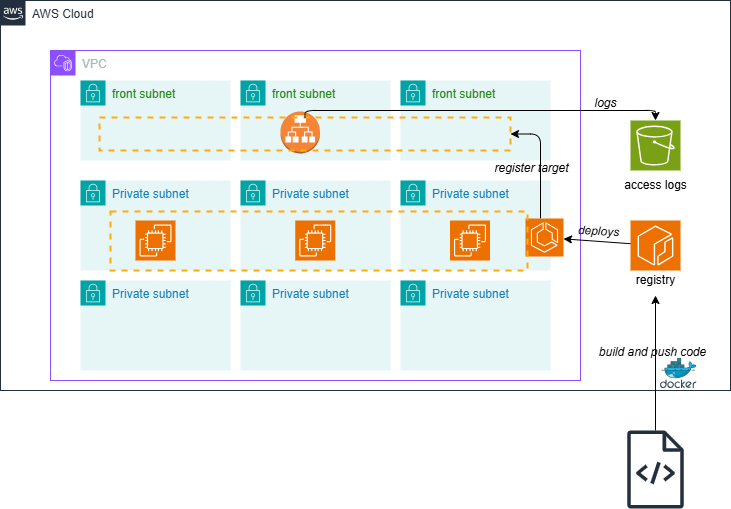
This is registry/app/webapp-on-ecs-asg/alb-ecs-network-service/.assets/archi.png from SamuelRoch08/interview-website, a draw.io export, as it was before one commit. Source tidied: cells renumbered, new cells last; positions are measured from the earlier drawing's top-left corner, leaving out a move shared by most shapes.
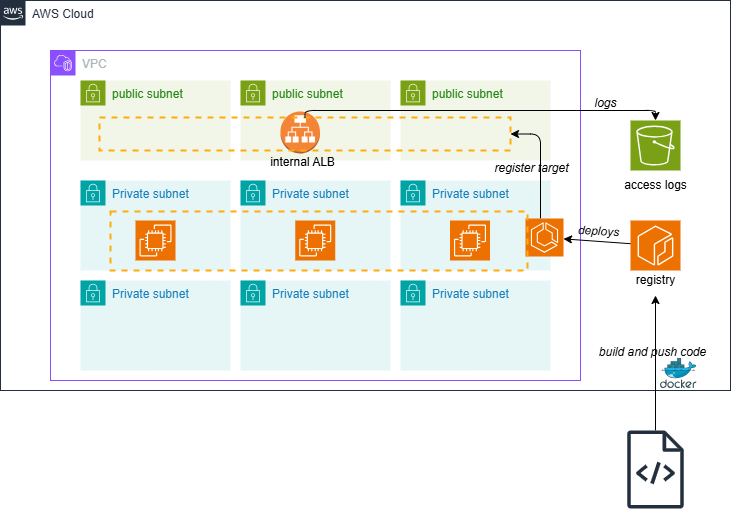
After the change.

Change to the diagram source:
```diff
@@ -8,7 +8,7 @@
     <mxCell id="3" value="VPC" style="gradientColor=none;html=1;whiteSpace=wrap;fontSize=12;fontStyle=0;shape=mxgraph.aws4.group;grIcon=mxgraph.aws4.group_vpc2;strokeColor=#8C4FFF;fillColor=none;verticalAlign=top;align=left;spacingLeft=30;fontColor=#AAB7B8;dashed=0;" parent="2" vertex="1">
       <mxGeometry x="50" y="50" width="530" height="330" as="geometry" />
     </mxCell>
-    <mxCell id="4" value="front subnet" style="gradientColor=none;html=1;whiteSpace=wrap;fontSize=12;fontStyle=0;shape=mxgraph.aws4.group;grIcon=mxgraph.aws4.group_security_group;grStroke=0;strokeColor=#00A4A6;fillColor=#E6F6F7;verticalAlign=top;align=left;spacingLeft=30;fontColor=#248814;dashed=0;" parent="3" vertex="1">
+    <mxCell id="4" value="public subnet" style="gradientColor=none;html=1;whiteSpace=wrap;fontSize=12;fontStyle=0;shape=mxgraph.aws4.group;grIcon=mxgraph.aws4.group_security_group;grStroke=0;strokeColor=#7AA116;fillColor=#F2F6E8;verticalAlign=top;align=left;spacingLeft=30;fontColor=#248814;dashed=0;" parent="3" vertex="1">
       <mxGeometry x="30" y="30" width="150" height="80" as="geometry" />
     </mxCell>
     <mxCell id="5" value="Private subnet" style="gradientColor=none;html=1;whiteSpace=wrap;fontSize=12;fontStyle=0;shape=mxgraph.aws4.group;grIcon=mxgraph.aws4.group_security_group;grStroke=0;strokeColor=#00A4A6;fillColor=#E6F6F7;verticalAlign=top;align=left;spacingLeft=30;fontColor=#147EBA;dashed=0;" parent="3" vertex="1">
@@ -20,7 +20,7 @@
     <mxCell id="7" value="Private subnet" style="gradientColor=none;html=1;whiteSpace=wrap;fontSize=12;fontStyle=0;shape=mxgraph.aws4.group;grIcon=mxgraph.aws4.group_security_group;grStroke=0;strokeColor=#00A4A6;fillColor=#E6F6F7;verticalAlign=top;align=left;spacingLeft=30;fontColor=#147EBA;dashed=0;" parent="3" vertex="1">
       <mxGeometry x="30" y="230" width="150" height="90" as="geometry" />
     </mxCell>
-    <mxCell id="8" value="front subnet" style="gradientColor=none;html=1;whiteSpace=wrap;fontSize=12;fontStyle=0;shape=mxgraph.aws4.group;grIcon=mxgraph.aws4.group_security_group;grStroke=0;strokeColor=#00A4A6;fillColor=#E6F6F7;verticalAlign=top;align=left;spacingLeft=30;fontColor=#248814;dashed=0;" parent="3" vertex="1">
+    <mxCell id="8" value="&lt;span style=&quot;color: rgb(36, 136, 20);&quot;&gt;public&amp;nbsp;&lt;/span&gt;subnet" style="gradientColor=none;html=1;whiteSpace=wrap;fontSize=12;fontStyle=0;shape=mxgraph.aws4.group;grIcon=mxgraph.aws4.group_security_group;grStroke=0;strokeColor=#7AA116;fillColor=#F2F6E8;verticalAlign=top;align=left;spacingLeft=30;fontColor=#248814;dashed=0;" parent="3" vertex="1">
       <mxGeometry x="190" y="30" width="150" height="80" as="geometry" />
     </mxCell>
     <mxCell id="9" value="Private subnet" style="gradientColor=none;html=1;whiteSpace=wrap;fontSize=12;fontStyle=0;shape=mxgraph.aws4.group;grIcon=mxgraph.aws4.group_security_group;grStroke=0;strokeColor=#00A4A6;fillColor=#E6F6F7;verticalAlign=top;align=left;spacingLeft=30;fontColor=#147EBA;dashed=0;" parent="3" vertex="1">
@@ -32,7 +32,7 @@
     <mxCell id="11" value="Private subnet" style="gradientColor=none;html=1;whiteSpace=wrap;fontSize=12;fontStyle=0;shape=mxgraph.aws4.group;grIcon=mxgraph.aws4.group_security_group;grStroke=0;strokeColor=#00A4A6;fillColor=#E6F6F7;verticalAlign=top;align=left;spacingLeft=30;fontColor=#147EBA;dashed=0;" parent="3" vertex="1">
       <mxGeometry x="190" y="230" width="150" height="90" as="geometry" />
     </mxCell>
-    <mxCell id="12" value="front subnet" style="gradientColor=none;html=1;whiteSpace=wrap;fontSize=12;fontStyle=0;shape=mxgraph.aws4.group;grIcon=mxgraph.aws4.group_security_group;grStroke=0;strokeColor=#00A4A6;fillColor=#E6F6F7;verticalAlign=top;align=left;spacingLeft=30;fontColor=#248814;dashed=0;" parent="3" vertex="1">
+    <mxCell id="12" value="&lt;span style=&quot;color: rgb(36, 136, 20);&quot;&gt;public&amp;nbsp;&lt;/span&gt;subnet" style="gradientColor=none;html=1;whiteSpace=wrap;fontSize=12;fontStyle=0;shape=mxgraph.aws4.group;grIcon=mxgraph.aws4.group_security_group;grStroke=0;strokeColor=#7AA116;fillColor=#F2F6E8;verticalAlign=top;align=left;spacingLeft=30;fontColor=#248814;dashed=0;" parent="3" vertex="1">
       <mxGeometry x="350" y="30" width="150" height="80" as="geometry" />
     </mxCell>
     <mxCell id="13" value="Private subnet" style="gradientColor=none;html=1;whiteSpace=wrap;fontSize=12;fontStyle=0;shape=mxgraph.aws4.group;grIcon=mxgraph.aws4.group_security_group;grStroke=0;strokeColor=#00A4A6;fillColor=#E6F6F7;verticalAlign=top;align=left;spacingLeft=30;fontColor=#147EBA;dashed=0;" parent="3" vertex="1">
@@ -107,5 +107,8 @@
     <mxCell id="33" value="&lt;i&gt;build and push code&lt;/i&gt;" style="text;html=1;align=center;verticalAlign=middle;strokeColor=none;fillColor=none;" parent="1" vertex="1">
       <mxGeometry x="587" y="337" width="130" height="30" as="geometry" />
     </mxCell>
+    <mxCell id="34" value="internal ALB" style="text;html=1;align=center;verticalAlign=middle;strokeColor=none;fillColor=none;" parent="1" vertex="1">
+      <mxGeometry x="257" y="147" width="90" height="30" as="geometry" />
+    </mxCell>
   </root>
 </mxGraphModel>
```
